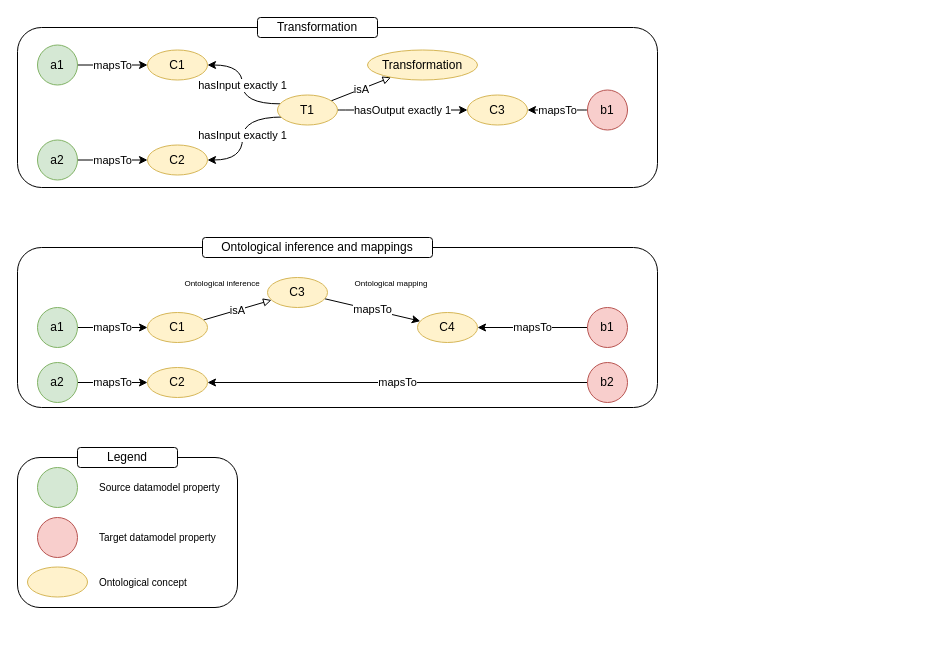
Earlier version of the draw.io diagram page "transformation" (9 of 17) of examples/dehydrogenation/figs/dehydrogenation.drawio (SINTEF/dlite). Source tidied: cells renumbered, new cells numbered last; positions are measured from the earlier drawing's top-left corner, leaving out a move shared by most shapes. Both pictures are drawn from the tidied source at 100%, with x=0, y=0 at pixel (17, 17).
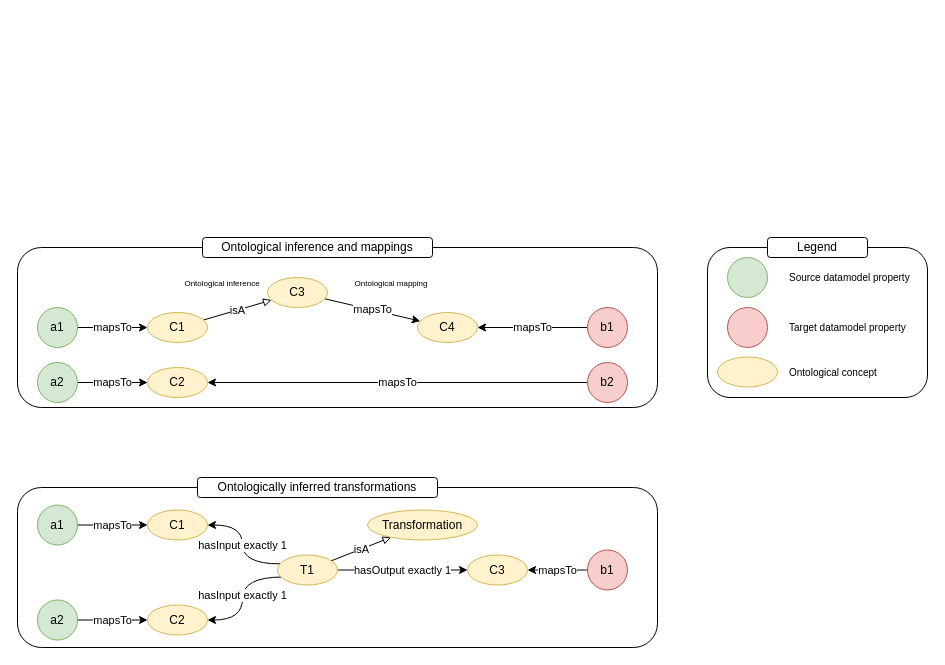
After the change.

Change to the diagram source:
```diff
@@
     <mxCell id="3" style="rounded=1;whiteSpace=wrap;html=1;" parent="1" vertex="1">
-      <mxGeometry y="10" width="640" height="160" as="geometry" />
+      <mxGeometry y="470" width="640" height="160" as="geometry" />
     </mxCell>
@@
     <mxCell id="5" value="a1" style="ellipse;whiteSpace=wrap;html=1;fillColor=#d5e8d4;strokeColor=#82b366;" parent="1" vertex="1">
-      <mxGeometry x="20" y="27.5" width="40" height="40" as="geometry" />
+      <mxGeometry x="20" y="487.5" width="40" height="40" as="geometry" />
     </mxCell>
     <mxCell id="6" value="C1" style="ellipse;whiteSpace=wrap;html=1;fillColor=#fff2cc;strokeColor=#d6b656;" parent="1" vertex="1">
-      <mxGeometry x="130" y="32.5" width="60" height="30" as="geometry" />
+      <mxGeometry x="130" y="492.5" width="60" height="30" as="geometry" />
     </mxCell>
     <mxCell id="7" value="C2" style="ellipse;whiteSpace=wrap;html=1;fillColor=#fff2cc;strokeColor=#d6b656;" parent="1" vertex="1">
-      <mxGeometry x="130" y="127.5" width="60" height="30" as="geometry" />
+      <mxGeometry x="130" y="587.5" width="60" height="30" as="geometry" />
     </mxCell>
@@
     <mxCell id="12" value="T1" style="ellipse;whiteSpace=wrap;html=1;fillColor=#fff2cc;strokeColor=#d6b656;" parent="1" vertex="1">
-      <mxGeometry x="260" y="77.5" width="60" height="30" as="geometry" />
+      <mxGeometry x="260" y="537.5" width="60" height="30" as="geometry" />
     </mxCell>
@@
     <mxCell id="14" value="a2" style="ellipse;whiteSpace=wrap;html=1;fillColor=#d5e8d4;strokeColor=#82b366;" parent="1" vertex="1">
-      <mxGeometry x="20" y="122.5" width="40" height="40" as="geometry" />
+      <mxGeometry x="20" y="582.5" width="40" height="40" as="geometry" />
     </mxCell>
     <mxCell id="15" value="C3" style="ellipse;whiteSpace=wrap;html=1;fillColor=#fff2cc;strokeColor=#d6b656;" parent="1" vertex="1">
-      <mxGeometry x="450" y="77.5" width="60" height="30" as="geometry" />
+      <mxGeometry x="450" y="537.5" width="60" height="30" as="geometry" />
     </mxCell>
@@
     <mxCell id="17" value="b1" style="ellipse;whiteSpace=wrap;html=1;fillColor=#f8cecc;strokeColor=#b85450;" parent="1" vertex="1">
-      <mxGeometry x="570" y="72.5" width="40" height="40" as="geometry" />
+      <mxGeometry x="570" y="532.5" width="40" height="40" as="geometry" />
     </mxCell>
     <mxCell id="18" value="Transformation" style="ellipse;whiteSpace=wrap;html=1;fillColor=#fff2cc;strokeColor=#d6b656;" parent="1" vertex="1">
-      <mxGeometry x="350" y="32.5" width="110" height="30" as="geometry" />
+      <mxGeometry x="350" y="492.5" width="110" height="30" as="geometry" />
     </mxCell>
-    <mxCell id="19" value="Transformation" style="rounded=1;whiteSpace=wrap;html=1;" parent="1" vertex="1">
-      <mxGeometry x="240" width="120" height="20" as="geometry" />
+    <mxCell id="19" value="Ontologically inferred transformations" style="rounded=1;whiteSpace=wrap;html=1;" parent="1" vertex="1">
+      <mxGeometry x="180" y="460" width="240" height="20" as="geometry" />
     </mxCell>
@@
     <mxCell id="37" style="group;" parent="1" vertex="1">
-      <mxGeometry y="430" width="220" height="160" as="geometry" />
+      <mxGeometry x="690" y="220" width="220" height="160" as="geometry" />
     </mxCell>
```
